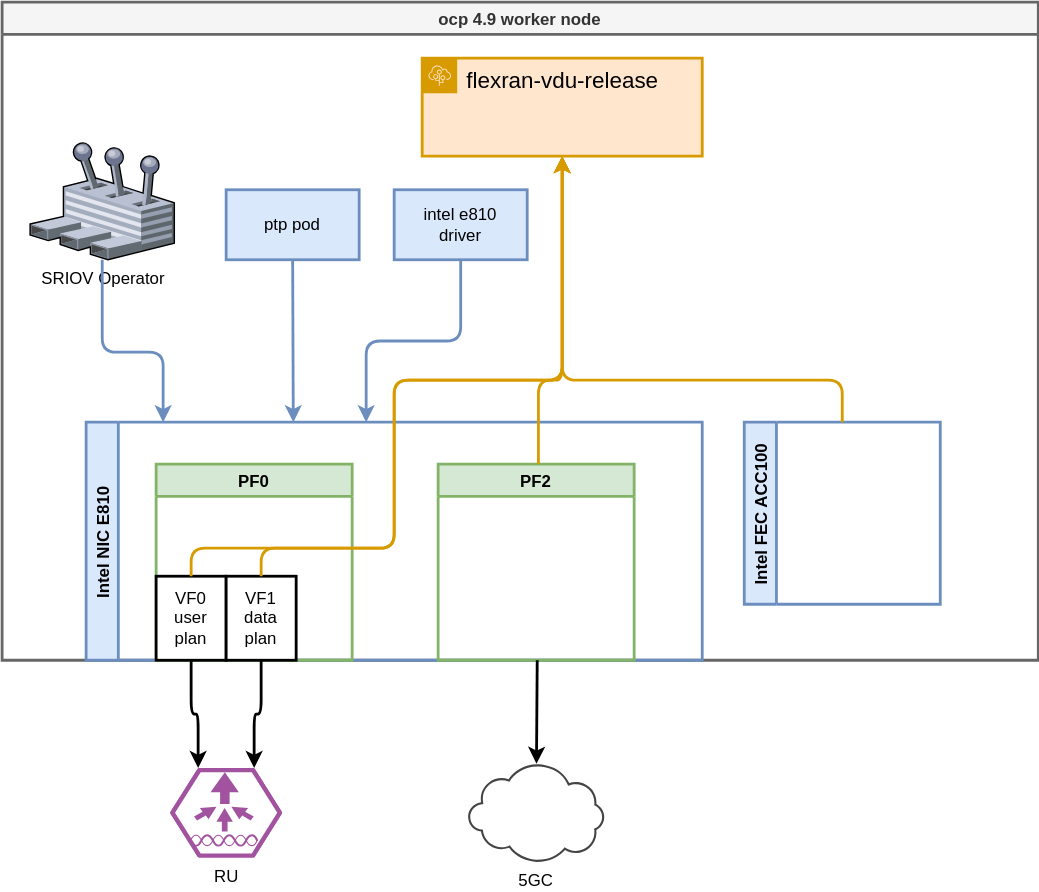
wangzheng422/docker_env keeps this draw.io diagram as redhat/ocp4/4.10/dia/4.10.flexran.pf.operator.drawio.svg. Above is the earlier version. Source tidied: cells renumbered, new cells last; positions are measured from the earlier drawing's top-left corner, leaving out a move shared by most shapes.
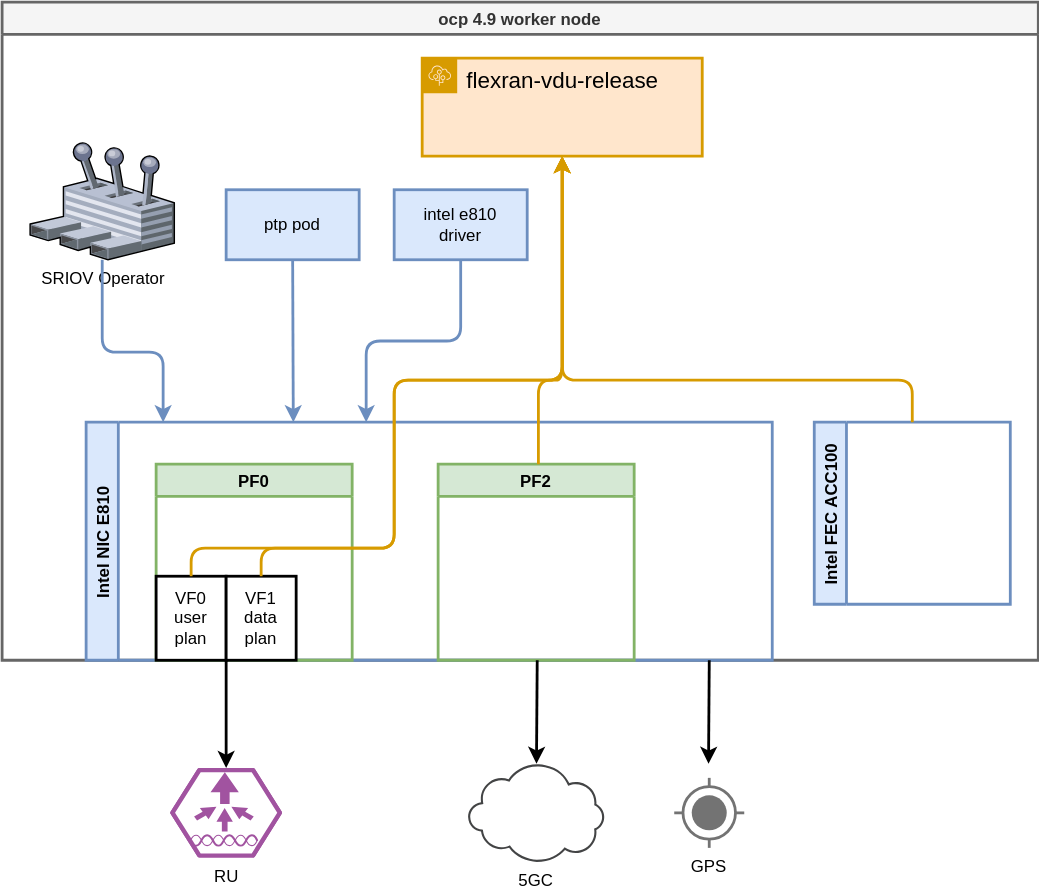
After the change.

Change to the diagram source:
```diff
@@ -9,7 +9,7 @@
       <mxGeometry x="300" y="40" width="200" height="70" as="geometry" />
     </mxCell>
     <mxCell id="4" value="Intel NIC E810" style="swimlane;horizontal=0;strokeWidth=2;startSize=23;fillColor=#dae8fc;strokeColor=#6c8ebf;" parent="2" vertex="1">
-      <mxGeometry x="60" y="300" width="440" height="170" as="geometry" />
+      <mxGeometry x="60" y="300" width="490" height="170" as="geometry" />
     </mxCell>
     <mxCell id="5" value="PF0" style="swimlane;strokeWidth=2;fillColor=#d5e8d4;strokeColor=#82b366;" parent="4" vertex="1">
       <mxGeometry x="50" y="30" width="140" height="140" as="geometry" />
@@ -24,7 +24,7 @@
       <mxGeometry x="251.4" y="30" width="140" height="140" as="geometry" />
     </mxCell>
     <mxCell id="9" value="Intel FEC ACC100" style="swimlane;horizontal=0;strokeWidth=2;fillColor=#dae8fc;strokeColor=#6c8ebf;" parent="2" vertex="1">
-      <mxGeometry x="530" y="300" width="140" height="130" as="geometry" />
+      <mxGeometry x="580" y="300" width="140" height="130" as="geometry" />
     </mxCell>
     <mxCell id="10" value="SRIOV Operator" style="verticalLabelPosition=bottom;sketch=0;html=1;verticalAlign=top;strokeColor=none;align=center;outlineConnect=0;shape=mxgraph.citrix.user_control;" parent="2" vertex="1">
       <mxGeometry x="20" y="100" width="103" height="84" as="geometry" />
@@ -88,14 +88,11 @@
       <mxGeometry relative="1" as="geometry">
         <mxPoint x="400" y="110" as="targetPoint" />
         <Array as="points">
-          <mxPoint x="600" y="270" />
+          <mxPoint x="650" y="270" />
           <mxPoint x="400" y="270" />
         </Array>
       </mxGeometry>
     </mxCell>
-    <mxCell id="20" style="edgeStyle=orthogonalEdgeStyle;html=1;strokeWidth=2;entryX=0.25;entryY=0;entryDx=0;entryDy=0;entryPerimeter=0;" parent="1" edge="1" source="6" target="21">
-      <mxGeometry relative="1" as="geometry" />
-    </mxCell>
     <mxCell id="21" value="RU" style="verticalLabelPosition=bottom;sketch=0;html=1;fillColor=#A153A0;strokeColor=#ffffff;verticalAlign=top;align=center;points=[[0,0.5,0],[0.125,0.25,0],[0.25,0,0],[0.5,0,0],[0.75,0,0],[0.875,0.25,0],[1,0.5,0],[0.875,0.75,0],[0.75,1,0],[0.5,1,0],[0.125,0.75,0]];shape=mxgraph.cisco_safe.compositeIcon;bgIcon=mxgraph.cisco_safe.design.blank_device;resIcon=mxgraph.cisco_safe.design.vwlan_controller;" parent="1" vertex="1">
       <mxGeometry x="120" y="547" width="80" height="64" as="geometry" />
     </mxCell>
@@ -107,8 +104,17 @@
         <mxPoint x="382.2" y="470" as="sourcePoint" />
       </mxGeometry>
     </mxCell>
-    <mxCell id="24" style="edgeStyle=orthogonalEdgeStyle;html=1;entryX=0.75;entryY=0;entryDx=0;entryDy=0;entryPerimeter=0;strokeWidth=2;" parent="1" edge="1" source="7" target="21">
+    <mxCell id="24" style="edgeStyle=orthogonalEdgeStyle;html=1;entryX=0.5;entryY=0;entryDx=0;entryDy=0;entryPerimeter=0;strokeWidth=2;exitX=0;exitY=1;exitDx=0;exitDy=0;" parent="1" edge="1" source="7" target="21">
       <mxGeometry relative="1" as="geometry" />
     </mxCell>
+    <mxCell id="25" value="GPS" style="dashed=0;verticalLabelPosition=bottom;verticalAlign=top;align=center;shape=mxgraph.gmdl.gps;strokeColor=#737373;fillColor=#737373;shadow=0;strokeWidth=2;sketch=0;" parent="1" vertex="1">
+      <mxGeometry x="480" y="554" width="50" height="50" as="geometry" />
+    </mxCell>
+    <mxCell id="26" style="edgeStyle=none;html=1;strokeWidth=2;" parent="1" edge="1">
+      <mxGeometry relative="1" as="geometry">
+        <mxPoint x="505" y="470" as="sourcePoint" />
+        <mxPoint x="504.5" y="544" as="targetPoint" />
+      </mxGeometry>
+    </mxCell>
   </root>
 </mxGraphModel>
```
